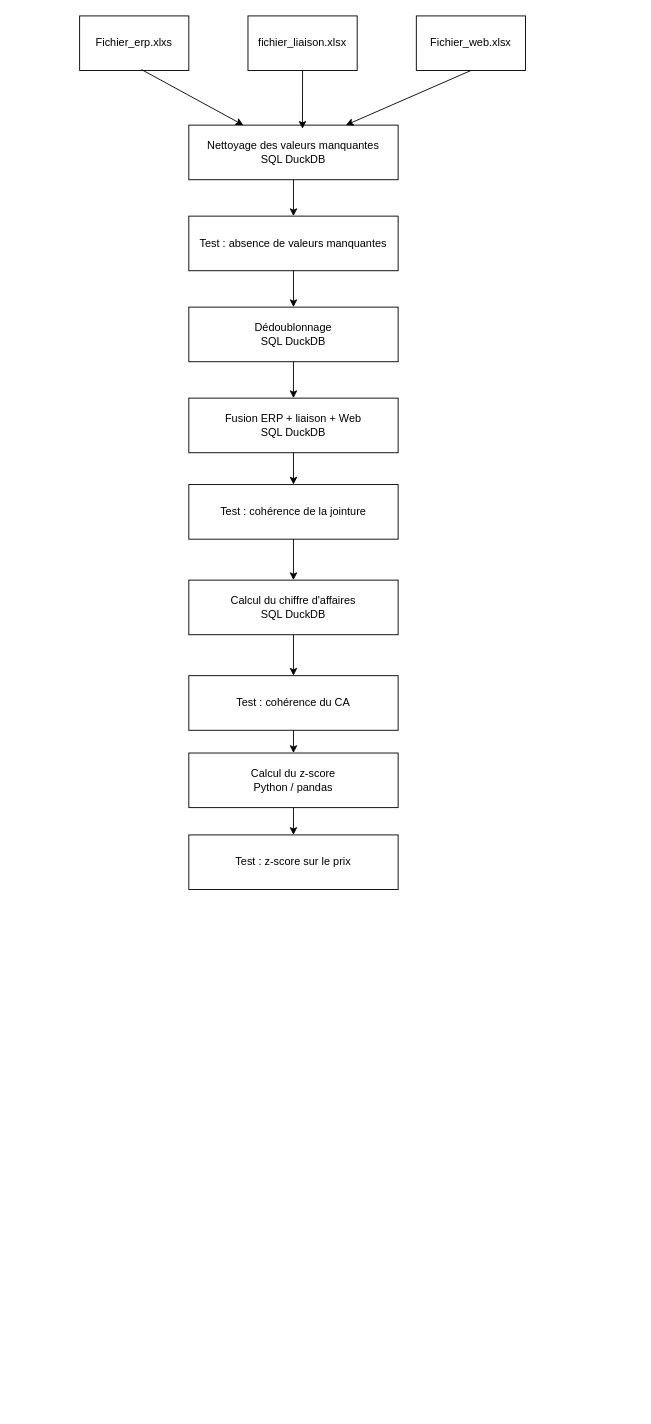
Earlier version of the draw.io diagram docs/Diagramme _pipeline.drawio (84TommyJerry84/sl-2026-kestra). Source tidied: cells renumbered, new cells numbered last; positions are measured from the earlier drawing's top-left corner, leaving out a move shared by most shapes. Both pictures are drawn from the tidied source at 91%, with x=0, y=0 at pixel (79, 15).
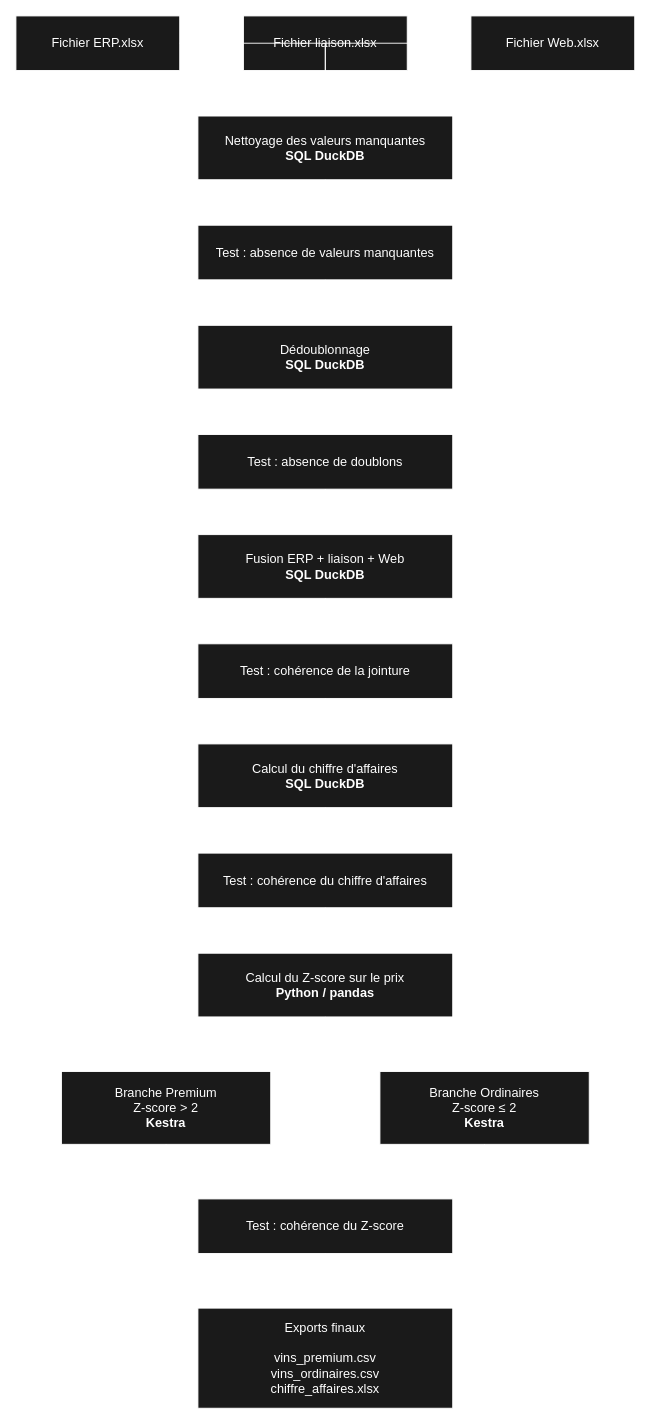
Above is the later version.

Commit message (it also covers changes not shown here):
maj du diagramme drawio

Diff of the diagram source:
```diff
@@
-    <mxCell id="2" value="Fichier_erp.xlxs" style="rounded=0;whiteSpace=wrap;html=1;" parent="1" vertex="1">
-      <mxGeometry width="120" height="60" as="geometry" />
-    </mxCell>
-    <mxCell id="3" value="fichier_liaison.xlsx" style="rounded=0;whiteSpace=wrap;html=1;" parent="1" vertex="1">
-      <mxGeometry x="185" width="120" height="60" as="geometry" />
-    </mxCell>
-    <mxCell id="4" value="Fichier_web.xlsx" style="rounded=0;whiteSpace=wrap;html=1;" parent="1" vertex="1">
-      <mxGeometry x="370" width="120" height="60" as="geometry" />
-    </mxCell>
+    <mxCell id="25" value="Fichier ERP.xlsx" style="rounded=0;whiteSpace=wrap;html=1;fillColor=#1A1A1A;strokeColor=#FFFFFF;fontColor=#FFFFFF;fontSize=14;" parent="1" vertex="1">
+      <mxGeometry x="-70" width="180" height="60" as="geometry" />
+    </mxCell>
+    <mxCell id="26" value="Fichier liaison.xlsx" style="rounded=0;whiteSpace=wrap;html=1;fillColor=#1A1A1A;strokeColor=#FFFFFF;fontColor=#FFFFFF;fontSize=14;" parent="1" vertex="1">
+      <mxGeometry x="180" width="180" height="60" as="geometry" />
+    </mxCell>
+    <mxCell id="27" value="Fichier Web.xlsx" style="rounded=0;whiteSpace=wrap;html=1;fillColor=#1A1A1A;strokeColor=#FFFFFF;fontColor=#FFFFFF;fontSize=14;" parent="1" vertex="1">
+      <mxGeometry x="430" width="180" height="60" as="geometry" />
+    </mxCell>
-    <mxCell id="5" value="Nettoyage des valeurs manquantes&lt;br/&gt;SQL DuckDB" style="rounded=0;whiteSpace=wrap;html=1;" parent="1" vertex="1">
-      <mxGeometry x="120" y="120" width="230" height="60" as="geometry" />
+    <mxCell id="5" value="Nettoyage des valeurs manquantes&lt;br&gt;&lt;b&gt;SQL DuckDB&lt;/b&gt;" style="rounded=0;whiteSpace=wrap;html=1;fillColor=#1A1A1A;strokeColor=#FFFFFF;fontColor=#FFFFFF;fontSize=14;" parent="1" vertex="1">
+      <mxGeometry x="130" y="110" width="280" height="70" as="geometry" />
     </mxCell>
-    <mxCell id="6" style="endArrow=classic;html=1;rounded=0;exitX=0.567;exitY=0.983;exitDx=0;exitDy=0;exitPerimeter=0;" parent="1" edge="1" source="2" target="5">
-      <mxGeometry relative="1" as="geometry" />
-    </mxCell>
-    <mxCell id="7" style="endArrow=classic;html=1;rounded=0;exitX=0.5;exitY=1;exitDx=0;exitDy=0;entryX=0.543;entryY=0.067;entryDx=0;entryDy=0;entryPerimeter=0;" parent="1" edge="1" source="3" target="5">
-      <mxGeometry relative="1" as="geometry" />
-    </mxCell>
-    <mxCell id="8" style="endArrow=classic;html=1;rounded=0;exitX=0.5;exitY=1;exitDx=0;exitDy=0;entryX=0.75;entryY=0;entryDx=0;entryDy=0;" parent="1" edge="1" source="4" target="5">
-      <mxGeometry relative="1" as="geometry" />
-    </mxCell>
-    <mxCell id="9" value="Test : absence de valeurs manquantes" style="rounded=0;whiteSpace=wrap;html=1;" parent="1" vertex="1">
-      <mxGeometry x="120" y="220" width="230" height="60" as="geometry" />
+    <mxCell id="9" value="Test : absence de valeurs manquantes" style="rounded=0;whiteSpace=wrap;html=1;fillColor=#1A1A1A;strokeColor=#FFFFFF;fontColor=#FFFFFF;fontSize=14;" parent="1" vertex="1">
+      <mxGeometry x="130" y="230" width="280" height="60" as="geometry" />
     </mxCell>
-    <mxCell id="10" value="Dédoublonnage&lt;br/&gt;SQL DuckDB" style="rounded=0;whiteSpace=wrap;html=1;" parent="1" vertex="1">
-      <mxGeometry x="120" y="320" width="230" height="60" as="geometry" />
+    <mxCell id="10" value="Dédoublonnage&lt;br&gt;&lt;b&gt;SQL DuckDB&lt;/b&gt;" style="rounded=0;whiteSpace=wrap;html=1;fillColor=#1A1A1A;strokeColor=#FFFFFF;fontColor=#FFFFFF;fontSize=14;" parent="1" vertex="1">
+      <mxGeometry x="130" y="340" width="280" height="70" as="geometry" />
     </mxCell>
+    <mxCell id="28" value="Test : absence de doublons" style="rounded=0;whiteSpace=wrap;html=1;fillColor=#1A1A1A;strokeColor=#FFFFFF;fontColor=#FFFFFF;fontSize=14;" parent="1" vertex="1">
+      <mxGeometry x="130" y="460" width="280" height="60" as="geometry" />
+    </mxCell>
-    <mxCell id="11" value="Fusion ERP + liaison + Web&lt;br/&gt;SQL DuckDB" style="rounded=0;whiteSpace=wrap;html=1;" parent="1" vertex="1">
-      <mxGeometry x="120" y="420" width="230" height="60" as="geometry" />
+    <mxCell id="11" value="Fusion ERP + liaison + Web&lt;br&gt;&lt;b&gt;SQL DuckDB&lt;/b&gt;" style="rounded=0;whiteSpace=wrap;html=1;fillColor=#1A1A1A;strokeColor=#FFFFFF;fontColor=#FFFFFF;fontSize=14;" parent="1" vertex="1">
+      <mxGeometry x="130" y="570" width="280" height="70" as="geometry" />
     </mxCell>
-    <mxCell id="12" value="Test : cohérence de la jointure" style="rounded=0;whiteSpace=wrap;html=1;" parent="1" vertex="1">
-      <mxGeometry x="120" y="515" width="230" height="60" as="geometry" />
+    <mxCell id="12" value="Test : cohérence de la jointure" style="rounded=0;whiteSpace=wrap;html=1;fillColor=#1A1A1A;strokeColor=#FFFFFF;fontColor=#FFFFFF;fontSize=14;" parent="1" vertex="1">
+      <mxGeometry x="130" y="690" width="280" height="60" as="geometry" />
     </mxCell>
-    <mxCell id="13" value="Calcul du chiffre d'affaires&lt;br/&gt;SQL DuckDB" style="rounded=0;whiteSpace=wrap;html=1;" parent="1" vertex="1">
-      <mxGeometry x="120" y="620" width="230" height="60" as="geometry" />
+    <mxCell id="13" value="Calcul du chiffre d'affaires&lt;br&gt;&lt;b&gt;SQL DuckDB&lt;/b&gt;" style="rounded=0;whiteSpace=wrap;html=1;fillColor=#1A1A1A;strokeColor=#FFFFFF;fontColor=#FFFFFF;fontSize=14;" parent="1" vertex="1">
+      <mxGeometry x="130" y="800" width="280" height="70" as="geometry" />
     </mxCell>
-    <mxCell id="14" value="Test : cohérence du CA" style="rounded=0;whiteSpace=wrap;html=1;" parent="1" vertex="1">
-      <mxGeometry x="120" y="725" width="230" height="60" as="geometry" />
-    </mxCell>
-    <mxCell id="15" value="Calcul du z-score&lt;br/&gt;Python / pandas" style="rounded=0;whiteSpace=wrap;html=1;" parent="1" vertex="1">
-      <mxGeometry x="120" y="810" width="230" height="60" as="geometry" />
-    </mxCell>
-    <mxCell id="16" value="Test : z-score sur le prix" style="rounded=0;whiteSpace=wrap;html=1;" parent="1" vertex="1">
-      <mxGeometry x="120" y="900" width="230" height="60" as="geometry" />
-    </mxCell>
+    <mxCell id="29" value="Test : cohérence du chiffre d'affaires" style="rounded=0;whiteSpace=wrap;html=1;fillColor=#1A1A1A;strokeColor=#FFFFFF;fontColor=#FFFFFF;fontSize=14;" parent="1" vertex="1">
+      <mxGeometry x="130" y="920" width="280" height="60" as="geometry" />
+    </mxCell>
+    <mxCell id="30" value="Calcul du Z-score sur le prix&lt;br&gt;&lt;b&gt;Python / pandas&lt;/b&gt;" style="rounded=0;whiteSpace=wrap;html=1;fillColor=#1A1A1A;strokeColor=#FFFFFF;fontColor=#FFFFFF;fontSize=14;" parent="1" vertex="1">
+      <mxGeometry x="130" y="1030" width="280" height="70" as="geometry" />
+    </mxCell>
+    <mxCell id="31" value="Branche Premium&lt;br&gt;Z-score &gt; 2&lt;br&gt;&lt;b&gt;Kestra&lt;/b&gt;" style="rounded=0;whiteSpace=wrap;html=1;fillColor=#1A1A1A;strokeColor=#FFFFFF;fontColor=#FFFFFF;fontSize=14;" parent="1" vertex="1">
+      <mxGeometry x="-20" y="1160" width="230" height="80" as="geometry" />
+    </mxCell>
+    <mxCell id="32" value="Branche Ordinaires&lt;br&gt;Z-score ≤ 2&lt;br&gt;&lt;b&gt;Kestra&lt;/b&gt;" style="rounded=0;whiteSpace=wrap;html=1;fillColor=#1A1A1A;strokeColor=#FFFFFF;fontColor=#FFFFFF;fontSize=14;" parent="1" vertex="1">
+      <mxGeometry x="330" y="1160" width="230" height="80" as="geometry" />
+    </mxCell>
+    <mxCell id="33" value="Test : cohérence du Z-score" style="rounded=0;whiteSpace=wrap;html=1;fillColor=#1A1A1A;strokeColor=#FFFFFF;fontColor=#FFFFFF;fontSize=14;" parent="1" vertex="1">
+      <mxGeometry x="130" y="1300" width="280" height="60" as="geometry" />
+    </mxCell>
+    <mxCell id="34" value="Exports finaux&lt;br&gt;&lt;br&gt;vins_premium.csv&lt;br&gt;vins_ordinaires.csv&lt;br&gt;chiffre_affaires.xlsx" style="rounded=0;whiteSpace=wrap;html=1;fillColor=#1A1A1A;strokeColor=#FFFFFF;fontColor=#FFFFFF;fontSize=14;" parent="1" vertex="1">
+      <mxGeometry x="130" y="1420" width="280" height="110" as="geometry" />
+    </mxCell>
+    <mxCell id="35" style="edgeStyle=orthogonalEdgeStyle;rounded=0;jettySize=auto;html=1;endArrow=block;endFill=1;strokeColor=#FFFFFF;" parent="1" edge="1" source="25" target="5">
+      <mxGeometry relative="1" as="geometry" />
+    </mxCell>
+    <mxCell id="36" style="edgeStyle=orthogonalEdgeStyle;rounded=0;jettySize=auto;html=1;endArrow=block;endFill=1;strokeColor=#FFFFFF;" parent="1" edge="1" source="26" target="5">
+      <mxGeometry relative="1" as="geometry" />
+    </mxCell>
+    <mxCell id="37" style="edgeStyle=orthogonalEdgeStyle;rounded=0;jettySize=auto;html=1;endArrow=block;endFill=1;strokeColor=#FFFFFF;" parent="1" edge="1" source="27" target="5">
+      <mxGeometry relative="1" as="geometry" />
+    </mxCell>
-    <mxCell id="17" style="endArrow=classic;html=1;rounded=0;exitX=0.5;exitY=1;exitDx=0;exitDy=0;" parent="1" edge="1" source="5" target="9">
+    <mxCell id="17" style="edgeStyle=orthogonalEdgeStyle;rounded=0;html=1;endArrow=block;endFill=1;strokeColor=#FFFFFF;" parent="1" edge="1" source="5" target="9">
       <mxGeometry relative="1" as="geometry" />
     </mxCell>
-    <mxCell id="18" style="endArrow=classic;html=1;rounded=0;exitX=0.5;exitY=1;exitDx=0;exitDy=0;" parent="1" edge="1" source="9" target="10">
+    <mxCell id="18" style="edgeStyle=orthogonalEdgeStyle;rounded=0;html=1;endArrow=block;endFill=1;strokeColor=#FFFFFF;" parent="1" edge="1" source="9" target="10">
       <mxGeometry relative="1" as="geometry" />
     </mxCell>
+    <mxCell id="38" style="edgeStyle=orthogonalEdgeStyle;rounded=0;html=1;endArrow=block;endFill=1;strokeColor=#FFFFFF;" parent="1" edge="1" source="10" target="28">
+      <mxGeometry relative="1" as="geometry" />
+    </mxCell>
+    <mxCell id="39" style="edgeStyle=orthogonalEdgeStyle;rounded=0;html=1;endArrow=block;endFill=1;strokeColor=#FFFFFF;" parent="1" edge="1" source="28" target="11">
+      <mxGeometry relative="1" as="geometry" />
+    </mxCell>
-    <mxCell id="19" style="endArrow=classic;html=1;rounded=0;exitX=0.5;exitY=1;exitDx=0;exitDy=0;" parent="1" edge="1" source="11" target="12">
+    <mxCell id="19" style="edgeStyle=orthogonalEdgeStyle;rounded=0;html=1;endArrow=block;endFill=1;strokeColor=#FFFFFF;" parent="1" edge="1" source="11" target="12">
       <mxGeometry relative="1" as="geometry" />
     </mxCell>
-    <mxCell id="20" style="endArrow=classic;html=1;rounded=0;entryX=0.5;entryY=0;entryDx=0;entryDy=0;exitX=0.5;exitY=1;exitDx=0;exitDy=0;" parent="1" edge="1" source="10" target="11">
-      <mxGeometry relative="1" as="geometry" />
-    </mxCell>
-    <mxCell id="21" style="endArrow=classic;html=1;rounded=0;entryX=0.5;entryY=0;entryDx=0;entryDy=0;exitX=0.5;exitY=1;exitDx=0;exitDy=0;" parent="1" edge="1" source="12" target="13">
+    <mxCell id="21" style="edgeStyle=orthogonalEdgeStyle;rounded=0;html=1;endArrow=block;endFill=1;strokeColor=#FFFFFF;" parent="1" edge="1" source="12" target="13">
       <mxGeometry relative="1" as="geometry" />
     </mxCell>
-    <mxCell id="22" style="endArrow=classic;html=1;rounded=0;exitX=0.5;exitY=1;exitDx=0;exitDy=0;" parent="1" edge="1" source="13" target="14">
-      <mxGeometry relative="1" as="geometry" />
-    </mxCell>
-    <mxCell id="23" style="endArrow=classic;html=1;rounded=0;exitX=0.5;exitY=1;exitDx=0;exitDy=0;" parent="1" edge="1" source="14" target="15">
-      <mxGeometry relative="1" as="geometry" />
-    </mxCell>
-    <mxCell id="24" style="endArrow=classic;html=1;rounded=0;exitX=0.5;exitY=1;exitDx=0;exitDy=0;" parent="1" edge="1" source="15" target="16">
-      <mxGeometry relative="1" as="geometry" />
-    </mxCell>
+    <mxCell id="40" style="edgeStyle=orthogonalEdgeStyle;rounded=0;html=1;endArrow=block;endFill=1;strokeColor=#FFFFFF;" parent="1" edge="1" source="13" target="29">
+      <mxGeometry relative="1" as="geometry" />
+    </mxCell>
+    <mxCell id="41" style="edgeStyle=orthogonalEdgeStyle;rounded=0;html=1;endArrow=block;endFill=1;strokeColor=#FFFFFF;" parent="1" edge="1" source="29" target="30">
+      <mxGeometry relative="1" as="geometry" />
+    </mxCell>
+    <mxCell id="42" style="edgeStyle=orthogonalEdgeStyle;rounded=0;html=1;endArrow=block;endFill=1;strokeColor=#FFFFFF;" parent="1" edge="1" source="30" target="31">
+      <mxGeometry relative="1" as="geometry" />
+    </mxCell>
+    <mxCell id="43" style="edgeStyle=orthogonalEdgeStyle;rounded=0;html=1;endArrow=block;endFill=1;strokeColor=#FFFFFF;" parent="1" edge="1" source="30" target="32">
+      <mxGeometry relative="1" as="geometry" />
+    </mxCell>
+    <mxCell id="44" style="edgeStyle=orthogonalEdgeStyle;rounded=0;html=1;endArrow=block;endFill=1;strokeColor=#FFFFFF;" parent="1" edge="1" source="31" target="33">
+      <mxGeometry relative="1" as="geometry" />
+    </mxCell>
+    <mxCell id="45" style="edgeStyle=orthogonalEdgeStyle;rounded=0;html=1;endArrow=block;endFill=1;strokeColor=#FFFFFF;" parent="1" edge="1" source="32" target="33">
+      <mxGeometry relative="1" as="geometry" />
+    </mxCell>
+    <mxCell id="46" style="edgeStyle=orthogonalEdgeStyle;rounded=0;html=1;endArrow=block;endFill=1;strokeColor=#FFFFFF;" parent="1" edge="1" source="33" target="34">
+      <mxGeometry relative="1" as="geometry" />
+    </mxCell>
```
